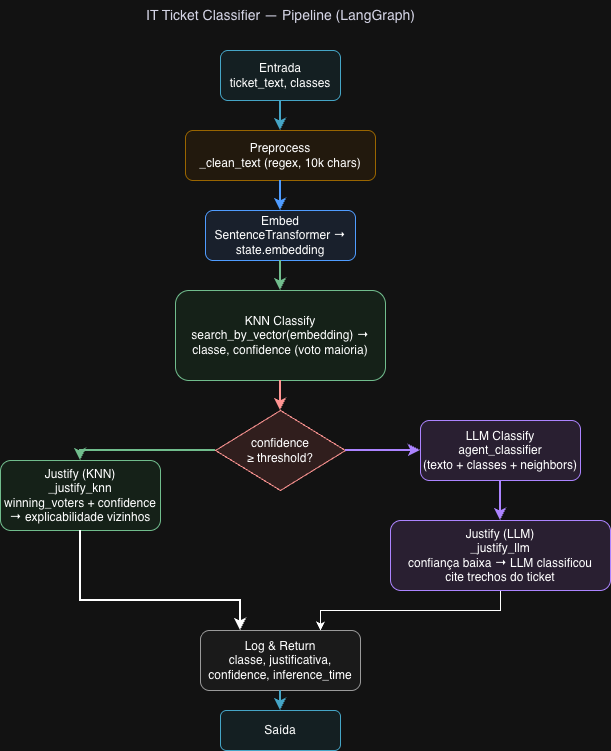
Before: architecture.drawio.png, a diagram exported from draw.io (JoaquimBreno/ticket-classifier). Source tidied: cells renumbered, new cells last; positions are measured from the earlier drawing's top-left corner, leaving out a move shared by most shapes.
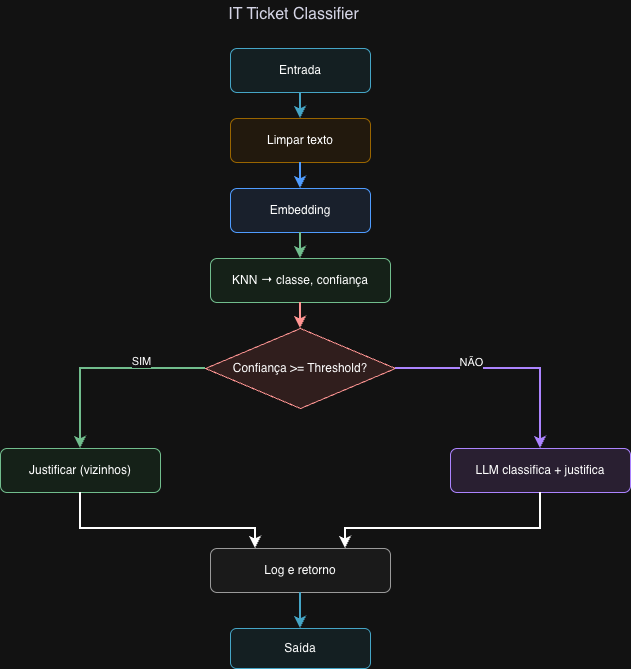
The same file after the commit.

Commit message:
Update .env.example with new LLM backend options and model parameters; add architecture diagram to notebook; enhance README with modular LLM details and confidence threshold explanation.

What changed in the source:
```diff
@@ -2,73 +2,82 @@
   <root>
     <mxCell id="0" />
     <mxCell id="1" parent="0" />
-    <mxCell id="2" value="IT Ticket Classifier — Pipeline (LangGraph)" style="text;html=1;strokeColor=none;fillColor=none;align=center;verticalAlign=middle;fontStyle=bold;fontSize=14;fontColor=#1a1a2e;" parent="1" vertex="1">
-      <mxGeometry x="120" width="320" height="30" as="geometry" />
-    </mxCell>
-    <mxCell id="3" value="Entrada&#10;ticket_text, classes" style="rounded=1;whiteSpace=wrap;html=1;fillColor=#e8f4f8;strokeColor=#0e7ea4;fontStyle=bold;" parent="1" vertex="1">
-      <mxGeometry x="220" y="50" width="120" height="50" as="geometry" />
-    </mxCell>
-    <mxCell id="4" value="Preprocess&#10;_clean_text (regex, 10k chars)" style="rounded=1;whiteSpace=wrap;html=1;fillColor=#fff4e6;strokeColor=#d79b00;" parent="1" vertex="1">
-      <mxGeometry x="185" y="130" width="190" height="50" as="geometry" />
-    </mxCell>
-    <mxCell id="5" value="Embed&#10;SentenceTransformer → state.embedding" style="rounded=1;whiteSpace=wrap;html=1;fillColor=#e8f0fe;strokeColor=#1a73e8;" parent="1" vertex="1">
-      <mxGeometry x="205" y="210" width="150" height="50" as="geometry" />
-    </mxCell>
-    <mxCell id="6" value="KNN Classify&#10;search_by_vector(embedding) →&#10;classe, confidence (voto maioria)" style="rounded=1;whiteSpace=wrap;html=1;fillColor=#e6f4ea;strokeColor=#0d652d;" parent="1" vertex="1">
-      <mxGeometry x="175" y="290" width="210" height="90" as="geometry" />
-    </mxCell>
-    <mxCell id="7" value="confidence&#10;≥ threshold?" style="rhombus;whiteSpace=wrap;html=1;fillColor=#fce8e6;strokeColor=#c5221f;" parent="1" vertex="1">
-      <mxGeometry x="215" y="410" width="130" height="80" as="geometry" />
-    </mxCell>
-    <mxCell id="8" value="Justify (KNN)&#10;_justify_knn&#10;winning_voters + confidence&#10;→ explicabilidade vizinhos" style="rounded=1;whiteSpace=wrap;html=1;fillColor=#e6f4ea;strokeColor=#0d652d;" parent="1" vertex="1">
-      <mxGeometry y="460" width="160" height="70" as="geometry" />
-    </mxCell>
-    <mxCell id="9" value="LLM Classify&#10;agent_classifier&#10;(texto + classes + neighbors)" style="rounded=1;whiteSpace=wrap;html=1;fillColor=#f3e8fd;strokeColor=#7c4dff;" parent="1" vertex="1">
-      <mxGeometry x="420" y="420" width="160" height="60" as="geometry" />
-    </mxCell>
-    <mxCell id="10" style="edgeStyle=orthogonalEdgeStyle;rounded=0;jettySize=auto;html=1;exitX=0.5;exitY=1;exitDx=0;exitDy=0;entryX=0.75;entryY=0;entryDx=0;entryDy=0;" parent="1" edge="1" source="11" target="12">
-      <mxGeometry relative="1" as="geometry" />
-    </mxCell>
-    <mxCell id="11" value="Justify (LLM)&#10;_justify_llm&#10;confiança baixa → LLM classificou&#10;cite trechos do ticket" style="rounded=1;whiteSpace=wrap;html=1;fillColor=#f3e8fd;strokeColor=#7c4dff;" parent="1" vertex="1">
-      <mxGeometry x="390" y="520" width="220" height="70" as="geometry" />
-    </mxCell>
-    <mxCell id="12" value="Log &amp; Return&#10;classe, justificativa,&#10;confidence, inference_time" style="rounded=1;whiteSpace=wrap;html=1;fillColor=#f5f5f5;strokeColor=#616161;" parent="1" vertex="1">
-      <mxGeometry x="200" y="630" width="160" height="60" as="geometry" />
-    </mxCell>
+    <mxCell id="23" value="IT Ticket Classifier" style="text;html=1;strokeColor=none;fillColor=none;align=center;verticalAlign=middle;fontStyle=bold;fontSize=16;fontColor=#1a1a2e;" parent="1" vertex="1">
+      <mxGeometry x="163" y="82" width="240" height="28" as="geometry" />
+    </mxCell>
+    <mxCell id="24" value="Entrada" style="rounded=1;whiteSpace=wrap;html=1;fillColor=#e8f4f8;strokeColor=#0e7ea4;fontStyle=bold;fontSize=12;" parent="1" vertex="1">
+      <mxGeometry x="220" y="130" width="140" height="44" as="geometry" />
+    </mxCell>
+    <mxCell id="25" value="Limpar texto" style="rounded=1;whiteSpace=wrap;html=1;fillColor=#fff4e6;strokeColor=#d79b00;fontSize=12;" parent="1" vertex="1">
+      <mxGeometry x="220" y="200" width="140" height="44" as="geometry" />
+    </mxCell>
+    <mxCell id="26" value="Embedding" style="rounded=1;whiteSpace=wrap;html=1;fillColor=#e8f0fe;strokeColor=#1a73e8;fontSize=12;" parent="1" vertex="1">
+      <mxGeometry x="220" y="270" width="140" height="44" as="geometry" />
+    </mxCell>
+    <mxCell id="27" value="KNN → classe, confiança" style="rounded=1;whiteSpace=wrap;html=1;fillColor=#e6f4ea;strokeColor=#0d652d;fontSize=12;" parent="1" vertex="1">
+      <mxGeometry x="200" y="340" width="180" height="44" as="geometry" />
+    </mxCell>
+    <mxCell id="28" value="Confiança &amp;gt;= Threshold?" style="rhombus;whiteSpace=wrap;html=1;fillColor=#fce8e6;strokeColor=#c5221f;fontSize=12;" parent="1" vertex="1">
+      <mxGeometry x="195" y="410" width="190" height="80" as="geometry" />
+    </mxCell>
+    <mxCell id="29" value="Justificar (vizinhos)" style="rounded=1;whiteSpace=wrap;html=1;fillColor=#e6f4ea;strokeColor=#0d652d;fontSize=12;" parent="1" vertex="1">
+      <mxGeometry x="-10" y="530" width="160" height="44" as="geometry" />
+    </mxCell>
+    <mxCell id="30" value="LLM classifica + justifica" style="rounded=1;whiteSpace=wrap;html=1;fillColor=#f3e8fd;strokeColor=#7c4dff;fontSize=12;" parent="1" vertex="1">
+      <mxGeometry x="440" y="530" width="180" height="44" as="geometry" />
+    </mxCell>
+    <mxCell id="31" value="Log e retorno" style="rounded=1;whiteSpace=wrap;html=1;fillColor=#f5f5f5;strokeColor=#616161;fontSize=12;" parent="1" vertex="1">
+      <mxGeometry x="200" y="630" width="180" height="44" as="geometry" />
+    </mxCell>
-    <mxCell id="13" value="Saída" style="rounded=1;whiteSpace=wrap;html=1;fillColor=#e8f4f8;strokeColor=#0e7ea4;fontStyle=bold;" parent="1" vertex="1">
-      <mxGeometry x="220" y="710" width="120" height="40" as="geometry" />
+    <mxCell id="13" value="Saída" style="rounded=1;whiteSpace=wrap;html=1;fillColor=#e8f4f8;strokeColor=#0e7ea4;fontStyle=bold;fontSize=12;" parent="1" vertex="1">
+      <mxGeometry x="220" y="710" width="140" height="40" as="geometry" />
     </mxCell>
-    <mxCell id="14" style="edgeStyle=orthogonalEdgeStyle;rounded=0;html=1;exitX=0.5;exitY=1;entryX=0.5;entryY=0;endArrow=classic;endFill=1;strokeWidth=2;strokeColor=#0e7ea4;" parent="1" edge="1" source="3" target="4">
-      <mxGeometry relative="1" as="geometry" />
-    </mxCell>
-    <mxCell id="15" style="edgeStyle=orthogonalEdgeStyle;rounded=0;html=1;endArrow=classic;endFill=1;strokeWidth=2;strokeColor=#1a73e8;" parent="1" edge="1" source="4" target="5">
-      <mxGeometry relative="1" as="geometry" />
-    </mxCell>
-    <mxCell id="16" style="edgeStyle=orthogonalEdgeStyle;rounded=0;html=1;endArrow=classic;endFill=1;strokeWidth=2;strokeColor=#0d652d;" parent="1" edge="1" source="5" target="6">
-      <mxGeometry relative="1" as="geometry" />
-    </mxCell>
-    <mxCell id="17" style="edgeStyle=orthogonalEdgeStyle;rounded=0;html=1;endArrow=classic;endFill=1;strokeWidth=2;strokeColor=#c5221f;" parent="1" edge="1" source="6" target="7">
-      <mxGeometry relative="1" as="geometry" />
-    </mxCell>
-    <mxCell id="18" style="edgeStyle=orthogonalEdgeStyle;rounded=0;html=1;endArrow=classic;endFill=1;strokeWidth=2;strokeColor=#0d652d;exitX=0;exitY=0.5;entryX=0.5;entryY=0;exitDx=0;exitDy=0;" parent="1" edge="1" source="7" target="8">
-      <mxGeometry relative="1" as="geometry" />
-    </mxCell>
-    <mxCell id="19" style="edgeStyle=orthogonalEdgeStyle;rounded=0;html=1;endArrow=classic;endFill=1;strokeWidth=2;strokeColor=#7c4dff;exitX=0.75;exitY=0.5;entryX=0;entryY=0.5;" parent="1" edge="1" source="7" target="9">
-      <mxGeometry relative="1" as="geometry" />
-    </mxCell>
-    <mxCell id="20" style="edgeStyle=orthogonalEdgeStyle;rounded=0;html=1;endArrow=classic;endFill=1;strokeWidth=2;strokeColor=#7c4dff;" parent="1" edge="1" source="9" target="11">
-      <mxGeometry relative="1" as="geometry" />
-    </mxCell>
-    <mxCell id="21" style="edgeStyle=orthogonalEdgeStyle;rounded=0;html=1;endArrow=classic;endFill=1;strokeWidth=2;exitX=0.5;exitY=1;entryX=0.25;entryY=0;" parent="1" edge="1" source="8" target="12">
-      <mxGeometry relative="1" as="geometry">
-        <Array as="points">
-          <mxPoint x="80" y="600" />
-          <mxPoint x="240" y="600" />
-        </Array>
-      </mxGeometry>
-    </mxCell>
-    <mxCell id="22" style="edgeStyle=orthogonalEdgeStyle;rounded=0;html=1;endArrow=classic;endFill=1;strokeWidth=2;strokeColor=#0e7ea4;" parent="1" edge="1" source="12" target="13">
-      <mxGeometry relative="1" as="geometry" />
-    </mxCell>
+    <mxCell id="32" style="edgeStyle=orthogonalEdgeStyle;rounded=0;html=1;exitX=0.5;exitY=1;entryX=0.5;entryY=0;endArrow=classic;endFill=1;strokeWidth=2;strokeColor=#0e7ea4;" parent="1" edge="1" source="24" target="25">
+      <mxGeometry relative="1" as="geometry" />
+    </mxCell>
+    <mxCell id="33" style="edgeStyle=orthogonalEdgeStyle;rounded=0;html=1;endArrow=classic;endFill=1;strokeWidth=2;strokeColor=#1a73e8;" parent="1" edge="1" source="25" target="26">
+      <mxGeometry relative="1" as="geometry" />
+    </mxCell>
+    <mxCell id="34" style="edgeStyle=orthogonalEdgeStyle;rounded=0;html=1;endArrow=classic;endFill=1;strokeWidth=2;strokeColor=#0d652d;" parent="1" edge="1" source="26" target="27">
+      <mxGeometry relative="1" as="geometry" />
+    </mxCell>
+    <mxCell id="35" style="edgeStyle=orthogonalEdgeStyle;rounded=0;html=1;endArrow=classic;endFill=1;strokeWidth=2;strokeColor=#c5221f;" parent="1" edge="1" source="27" target="28">
+      <mxGeometry relative="1" as="geometry" />
+    </mxCell>
+    <mxCell id="36" style="edgeStyle=orthogonalEdgeStyle;rounded=0;html=1;endArrow=classic;endFill=1;strokeWidth=2;strokeColor=#0d652d;exitX=0;exitY=0.5;entryX=0.5;entryY=0;exitDx=0;exitDy=0;" parent="1" edge="1" source="28" target="29">
+      <mxGeometry relative="1" as="geometry" />
+    </mxCell>
+    <mxCell id="37" value="SIM" style="edgeLabel;html=1;align=center;verticalAlign=middle;" parent="36" vertex="1">
+      <mxGeometry x="-0.05" y="5" relative="1" as="geometry">
+        <mxPoint x="32" y="-13" as="offset" />
+      </mxGeometry>
+    </mxCell>
+    <mxCell id="38" style="edgeStyle=orthogonalEdgeStyle;rounded=0;html=1;endArrow=classic;endFill=1;strokeWidth=2;strokeColor=#7c4dff;exitX=0.75;exitY=0.5;entryX=0.5;entryY=0;entryDx=0;entryDy=0;" parent="1" edge="1" source="28" target="30">
+      <mxGeometry relative="1" as="geometry" />
+    </mxCell>
+    <mxCell id="39" value="NÃO&lt;div&gt;&lt;br&gt;&lt;/div&gt;" style="edgeLabel;html=1;align=center;verticalAlign=middle;" parent="38" vertex="1">
+      <mxGeometry x="0.11" y="-1" relative="1" as="geometry">
+        <mxPoint x="-50" y="-1" as="offset" />
+      </mxGeometry>
+    </mxCell>
+    <mxCell id="40" style="edgeStyle=orthogonalEdgeStyle;rounded=0;html=1;endArrow=classic;endFill=1;strokeWidth=2;exitX=0.5;exitY=1;entryX=0.25;entryY=0;" parent="1" edge="1" source="29" target="31">
+      <mxGeometry relative="1" as="geometry">
+        <Array as="points">
+          <mxPoint x="70" y="610" />
+          <mxPoint x="245" y="610" />
+        </Array>
+      </mxGeometry>
+    </mxCell>
+    <mxCell id="41" style="edgeStyle=orthogonalEdgeStyle;rounded=0;html=1;endArrow=classic;endFill=1;strokeWidth=2;exitX=0.5;exitY=1;entryX=0.75;entryY=0;" parent="1" edge="1" source="30" target="31">
+      <mxGeometry relative="1" as="geometry">
+        <Array as="points">
+          <mxPoint x="460" y="610" />
+          <mxPoint x="290" y="610" />
+        </Array>
+      </mxGeometry>
+    </mxCell>
+    <mxCell id="42" style="edgeStyle=orthogonalEdgeStyle;rounded=0;html=1;endArrow=classic;endFill=1;strokeWidth=2;strokeColor=#0e7ea4;" parent="1" edge="1" source="31" target="13">
+      <mxGeometry relative="1" as="geometry" />
+    </mxCell>
   </root>
 </mxGraphModel>
```
